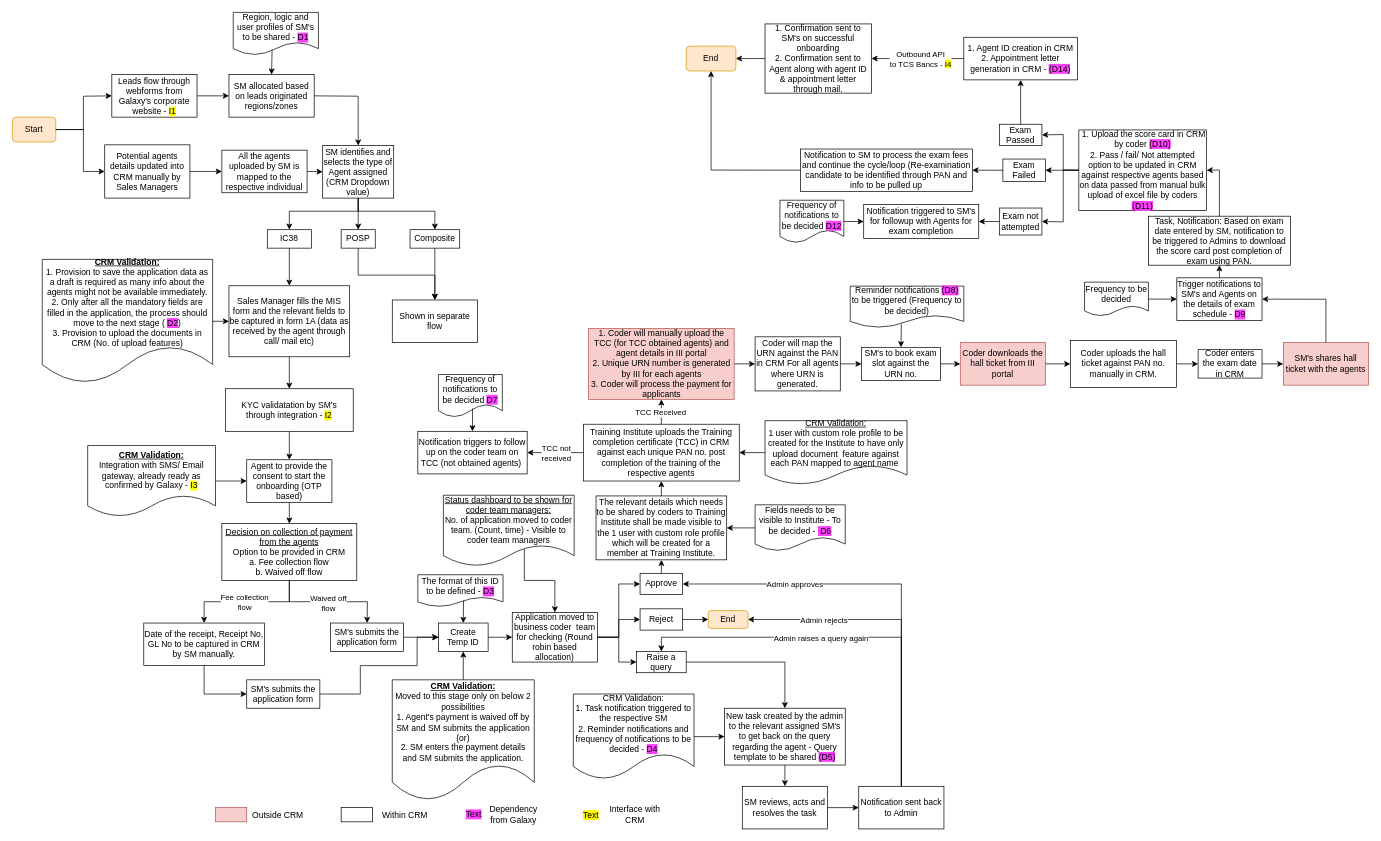
This is Agent Onboarding IC38.drawio from shaileshsreedar/Galaxy, a draw.io file, before an edit. Source tidied: cells renumbered, new cells numbered last; positions are measured from the earlier drawing's top-left corner, leaving out a move shared by most shapes. Both pictures are drawn from the tidied source at 71%, with x=0, y=0 at pixel (12, 12).
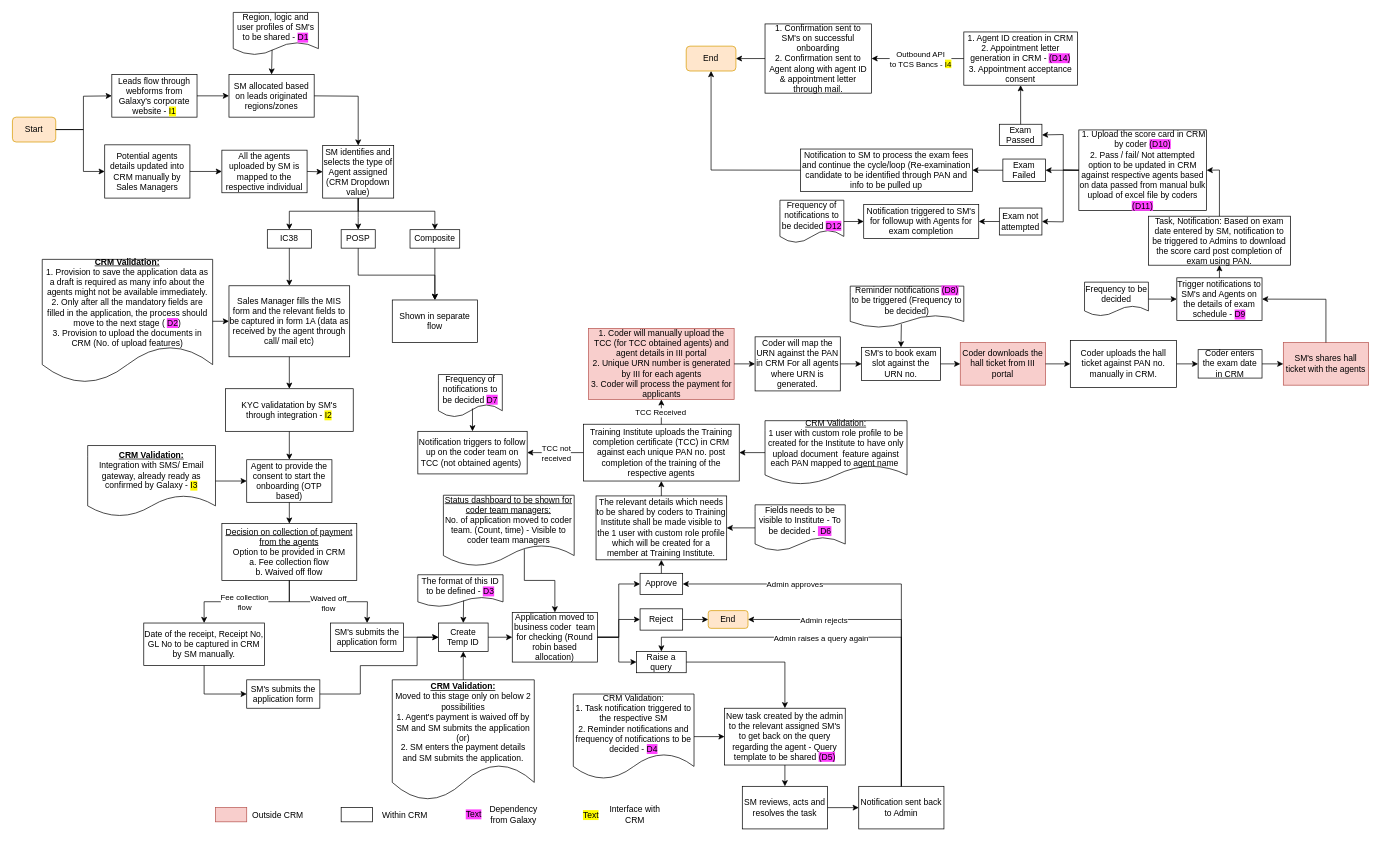
Above is the later version.

What changed in the source:
```diff
@@
-    <mxCell id="87" value="1. Agent ID creation in CRM&lt;div&gt;2. Appointment letter generation in CRM - &lt;span style=&quot;background-color: rgb(255, 64, 255);&quot;&gt;(D14)&lt;/span&gt;&lt;/div&gt;" style="rounded=0;whiteSpace=wrap;html=1;" parent="1" vertex="1">
-      <mxGeometry x="1340" y="35" width="160" height="60" as="geometry" />
+    <mxCell id="87" value="1. Agent ID creation in CRM&lt;div&gt;2. Appointment letter generation in CRM - &lt;span style=&quot;background-color: rgb(255, 64, 255);&quot;&gt;(D14)&lt;/span&gt;&lt;/div&gt;&lt;div&gt;&lt;span style=&quot;background-color: rgb(255, 255, 255);&quot;&gt;3. Appointment acceptance consent&lt;/span&gt;&lt;/div&gt;" style="rounded=0;whiteSpace=wrap;html=1;" parent="1" vertex="1">
+      <mxGeometry x="1340" y="27.5" width="160" height="75" as="geometry" />
     </mxCell>
```
